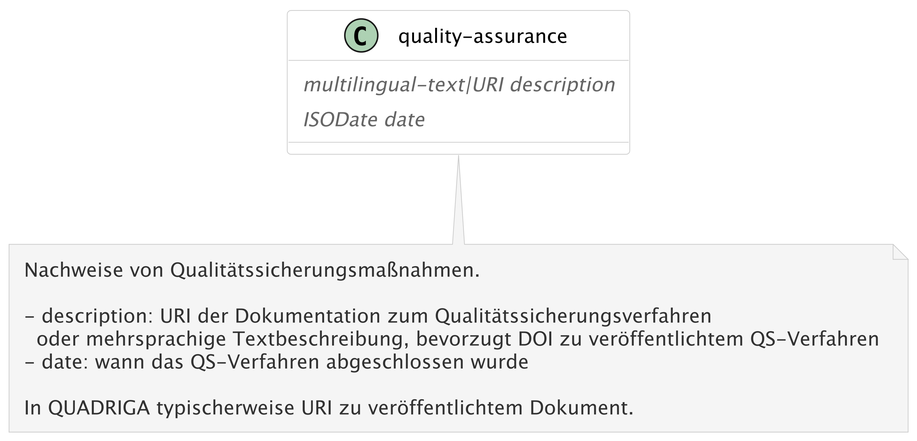
Before: diagrams/png/quality-assurance.png, a diagram exported from PlantUML (quadriga-dk/quadriga-schema). The source it was exported from:
```plantuml
@startuml quality-assurance
scale 3
skinparam dpi 300
skinparam classAttributeIconSize 0
skinparam backgroundColor transparent
skinparam classFontSize 14
skinparam classAttributeFontSize 13
skinparam padding 4
skinparam class {
  BackgroundColor white
  BorderColor #cccccc
  AttributeFontColor #000000
}
skinparam note {
  BackgroundColor #f5f5f5
  BorderColor #cccccc
  FontColor #333333
}


class "quality-assurance" {
<i><color:#666666>multilingual-text|URI description</color></i>
<i><color:#666666>ISODate date</color></i>
}

note bottom of "quality-assurance"
  Nachweise von Qualitätssicherungsmaßnahmen.

  - description: URI der Dokumentation zum Qualitätssicherungsverfahren
    oder mehrsprachige Textbeschreibung, bevorzugt DOI zu veröffentlichtem QS-Verfahren
  - date: wann das QS-Verfahren abgeschlossen wurde

  In QUADRIGA typischerweise URI zu veröffentlichtem Dokument.
end note

@enduml
```
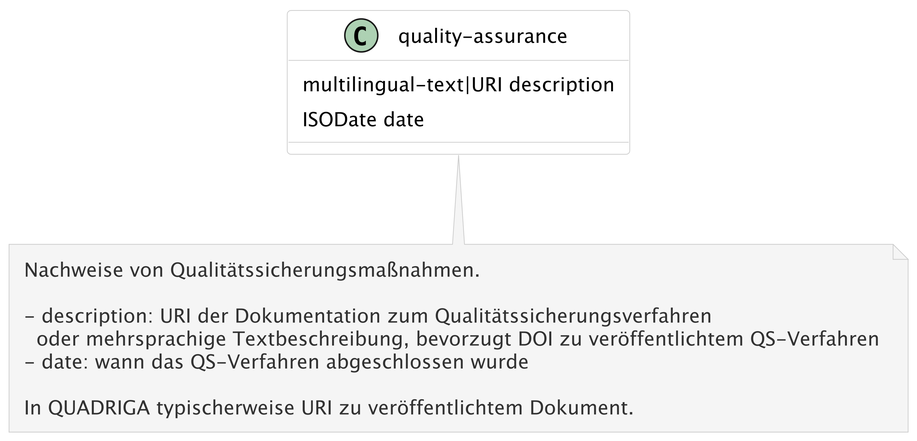
Above is the later version.

Diff of the diagram source:
```diff
@@ -19,8 +19,8 @@
 
 
 class "quality-assurance" {
-<i><color:#666666>multilingual-text|URI description</color></i>
-<i><color:#666666>ISODate date</color></i>
+  multilingual-text|URI description
+  ISODate date
 }
 
 note bottom of "quality-assurance"
```
